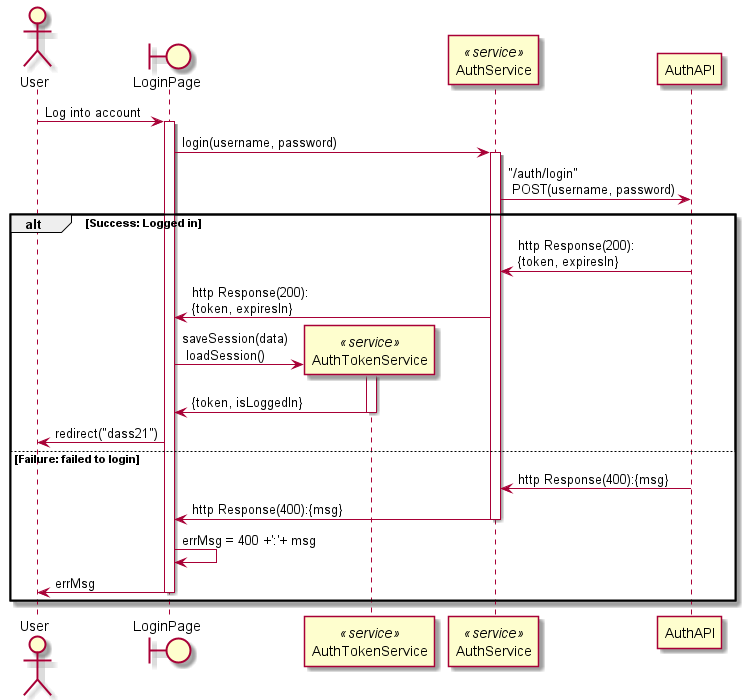
The PlantUML diagram nanoeconomy-dataset-collector/Diagrams/AuthDiags/Login.png in Spenzy/NEUF-NanoEconomicsUnderFear, before a commit.
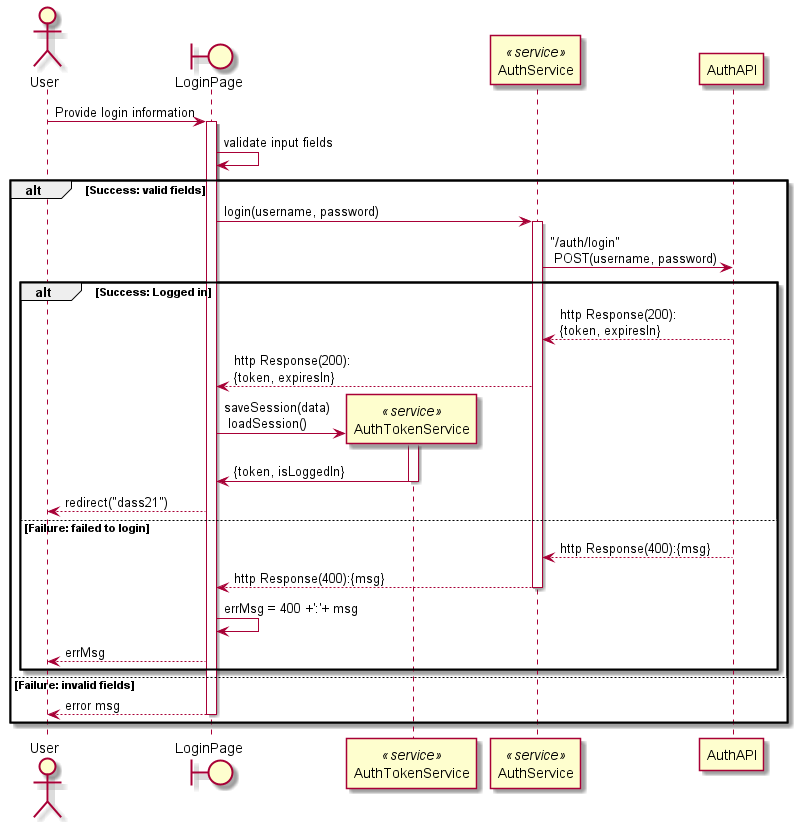
After the commit.

Diff of the diagram source:
```diff
@@ -6,25 +6,31 @@
 participant AuthService as auth <<service>>
 participant AuthAPI
 
-User -> login: Log into account
+User -> login: Provide login information
 activate login
-login -> auth: login(username, password)
-activate auth
-auth -> AuthAPI:"/auth/login"\n POST(username, password)
-alt Success: Logged in
-  auth <- AuthAPI:http Response(200):\n{token, expiresIn}
-  login <- auth: http Response(200):\n{token, expiresIn}
-  login -> authToken**: saveSession(data)\n loadSession()
-  activate authToken
-  authToken -> login: {token, isLoggedIn}
-  deactivate authToken
-  login -> User: redirect("dass21")
-else Failure: failed to login
-  auth <- AuthAPI:http Response(400):{msg}
-  login <- auth: http Response(400):{msg}
-  deactivate auth
-  login -> login: errMsg = 400 +':'+ msg
-  User <- login: errMsg
+login -> login: validate input fields
+alt Success: valid fields
+  login -> auth: login(username, password)
+  activate auth
+  auth -> AuthAPI:"/auth/login"\n POST(username, password)
+  alt Success: Logged in
+    auth <-- AuthAPI:http Response(200):\n{token, expiresIn}
+    login <-- auth: http Response(200):\n{token, expiresIn}
+    login -> authToken**: saveSession(data)\n loadSession()
+    activate authToken
+    authToken -> login: {token, isLoggedIn}
+    deactivate authToken
+    login --> User: redirect("dass21")
+  else Failure: failed to login
+    auth <-- AuthAPI:http Response(400):{msg}
+    login <-- auth: http Response(400):{msg}
+    deactivate auth
+    login -> login: errMsg = 400 +':'+ msg
+    User <-- login: errMsg
+
+  end
+else Failure: invalid fields
+  login --> User: error msg
   deactivate login
 end
 
```
